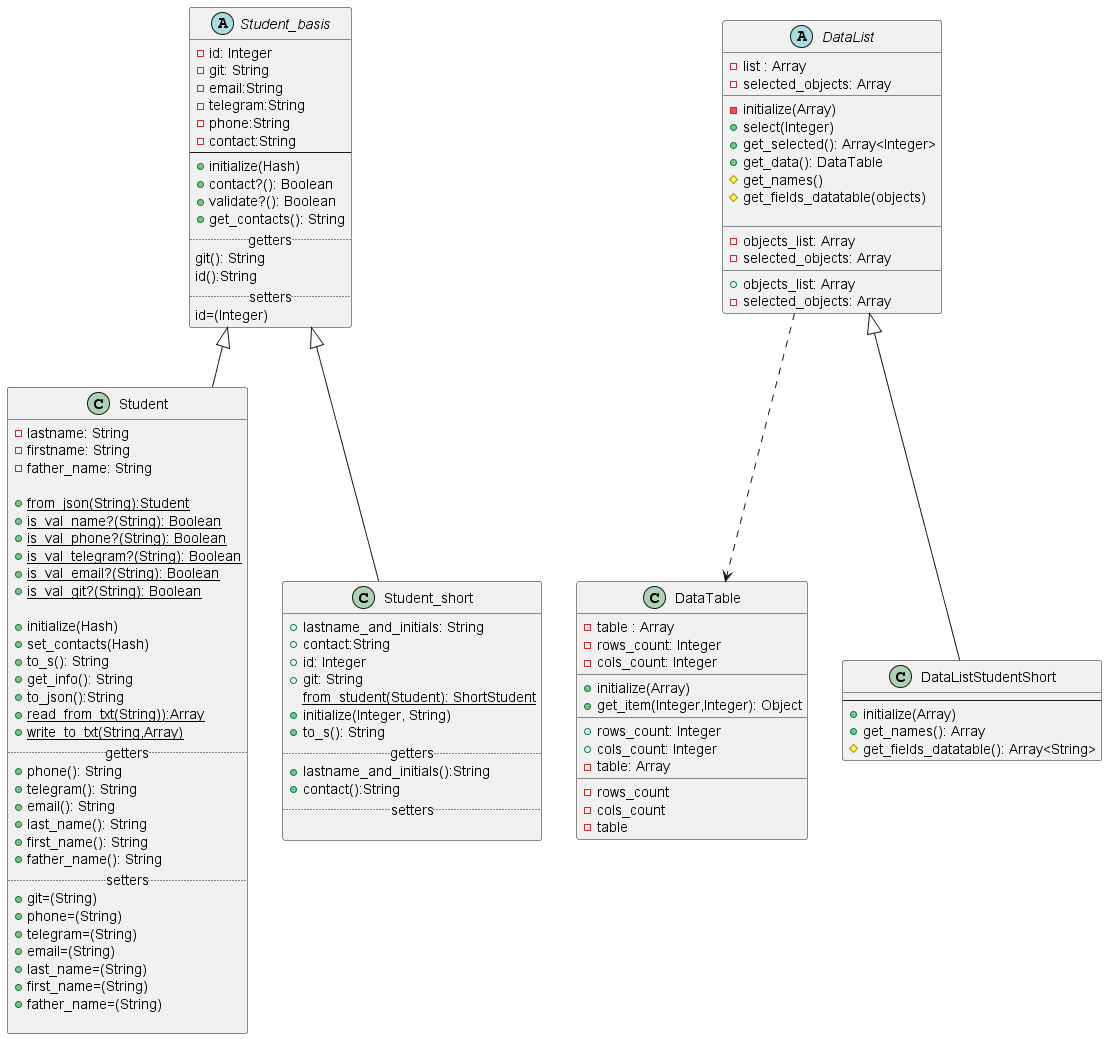
This is lab2/student_diagrams.png from ColdEiler/pattern, a PlantUML export, as it was before one commit.
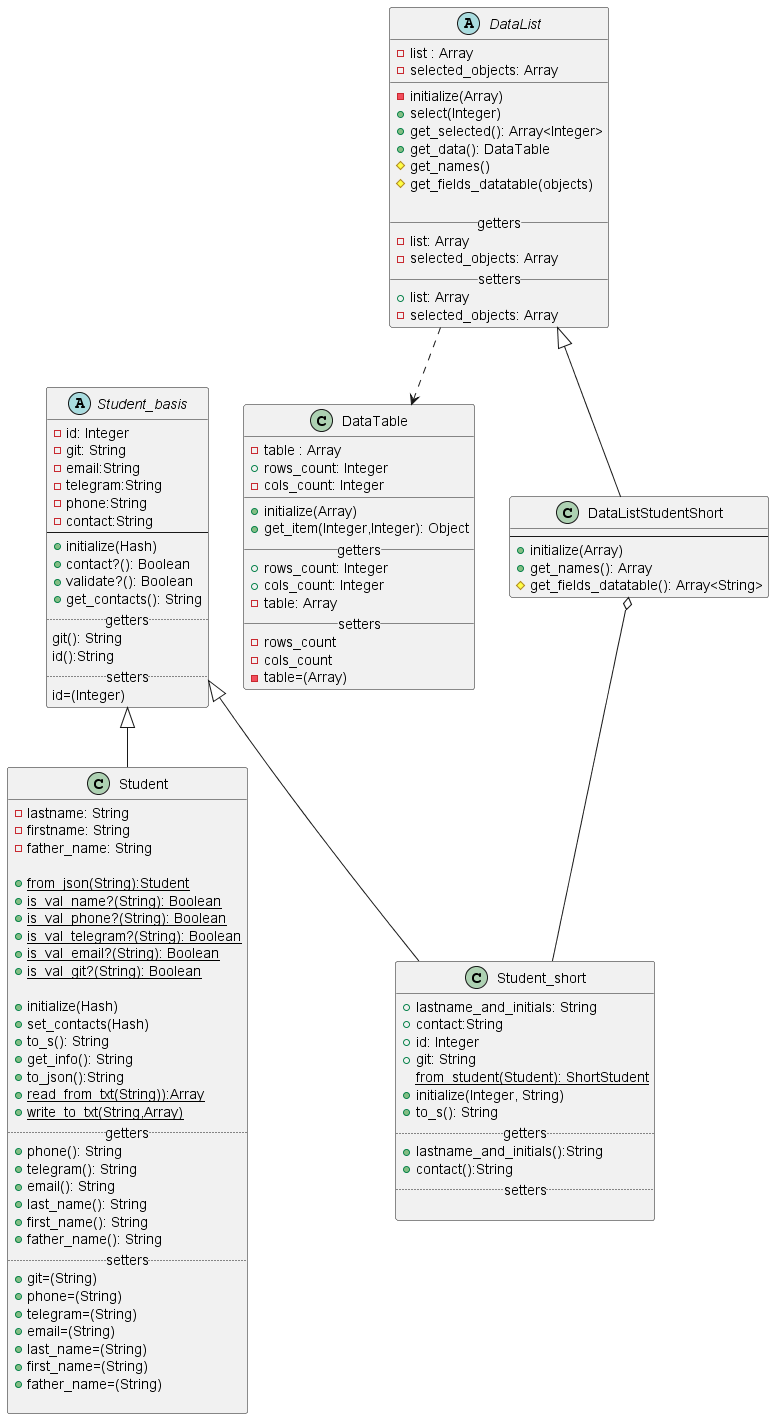
After the commit.

Commit message:
Исправлены ошибки в схеме в классах Datalist и DataListStudentShort

Diff of the diagram source:
```diff
@@ -73,19 +73,19 @@
 
 class DataTable{
     -table : Array
-    -rows_count: Integer
+    +rows_count: Integer
     -cols_count: Integer
     __
     +initialize(Array)
     +get_item(Integer,Integer): Object
-    __
+    __getters__
     +rows_count: Integer
     +cols_count: Integer
     -table: Array
-    __
+    __setters__
     -rows_count
     -cols_count
-    -table
+    -table=(Array)
 }
 abstract class DataList{
     -list : Array
@@ -98,11 +98,11 @@
     #get_names()
     #get_fields_datatable(objects)
 
-    __
-    -objects_list: Array
+    __getters__
+    -list: Array
     -selected_objects: Array
-    __
-    +objects_list: Array
+    __setters__
+    +list: Array
     -selected_objects: Array
 }
 
@@ -114,4 +114,5 @@
 }
 
 DataList ..> DataTable
+DataListStudentShort o-- Student_short
 @enduml
```
